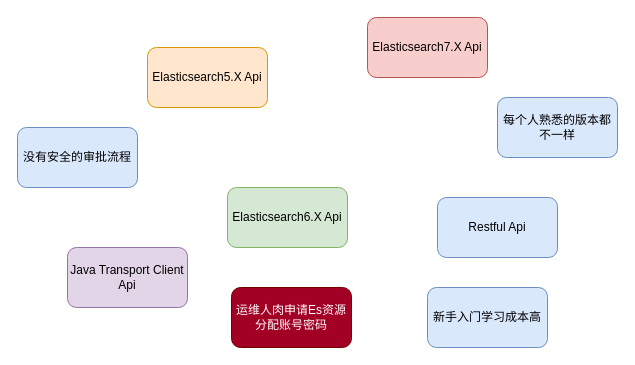
Before: src/公司搜索面临的问题.drawio in YANGJINJUE/SSM_Template, a draw.io diagram. Source tidied: cells renumbered, new cells numbered last; positions are measured from the earlier drawing's top-left corner, leaving out a move shared by most shapes. Both pictures are drawn from the tidied source at 100%, with x=0, y=0 at pixel (17, 17).
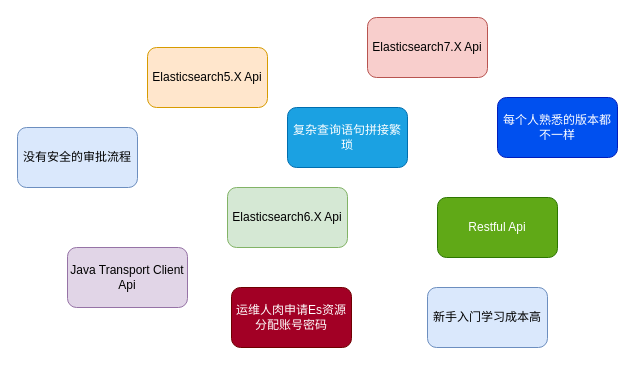
After the change.

Commit message:
Update 公司搜索面临的问题.drawio

Diff of the diagram source:
```diff
@@
 <mxGraphModel>
   <root>
     <mxCell id="0" />
     <mxCell id="1" parent="0" />
     <mxCell id="2" value="Elasticsearch6.X Api" style="rounded=1;whiteSpace=wrap;html=1;fillColor=#d5e8d4;strokeColor=#82b366;" parent="1" vertex="1">
       <mxGeometry x="210" y="170" width="120" height="60" as="geometry" />
     </mxCell>
     <mxCell id="3" value="Elasticsearch5.X Api" style="rounded=1;whiteSpace=wrap;html=1;fillColor=#ffe6cc;strokeColor=#d79b00;" parent="1" vertex="1">
       <mxGeometry x="130" y="30" width="120" height="60" as="geometry" />
     </mxCell>
     <mxCell id="4" value="Elasticsearch7.X Api" style="rounded=1;whiteSpace=wrap;html=1;fillColor=#f8cecc;strokeColor=#b85450;" parent="1" vertex="1">
       <mxGeometry x="350" width="120" height="60" as="geometry" />
     </mxCell>
-    <mxCell id="5" value="Restful Api" style="rounded=1;whiteSpace=wrap;html=1;fillColor=#dae8fc;strokeColor=#6c8ebf;" parent="1" vertex="1">
+    <mxCell id="5" value="Restful Api" style="rounded=1;whiteSpace=wrap;html=1;fillColor=#60a917;strokeColor=#2D7600;fontColor=#ffffff;" parent="1" vertex="1">
       <mxGeometry x="420" y="180" width="120" height="60" as="geometry" />
     </mxCell>
     <mxCell id="6" value="Java Transport Client Api" style="rounded=1;whiteSpace=wrap;html=1;fillColor=#e1d5e7;strokeColor=#9673a6;" parent="1" vertex="1">
       <mxGeometry x="50" y="230" width="120" height="60" as="geometry" />
     </mxCell>
     <mxCell id="7" value="运维人肉申请Es资源分配账号密码" style="rounded=1;whiteSpace=wrap;html=1;fillColor=#a20025;strokeColor=#6F0000;fontColor=#ffffff;" parent="1" vertex="1">
       <mxGeometry x="214" y="270" width="120" height="60" as="geometry" />
     </mxCell>
     <mxCell id="8" value="没有安全的审批流程" style="rounded=1;whiteSpace=wrap;html=1;fillColor=#dae8fc;strokeColor=#6c8ebf;" parent="1" vertex="1">
       <mxGeometry y="110" width="120" height="60" as="geometry" />
     </mxCell>
     <mxCell id="9" value="新手入门学习成本高" style="rounded=1;whiteSpace=wrap;html=1;fillColor=#dae8fc;strokeColor=#6c8ebf;" parent="1" vertex="1">
       <mxGeometry x="410" y="270" width="120" height="60" as="geometry" />
     </mxCell>
-    <mxCell id="10" value="每个人熟悉的版本都不一样" style="rounded=1;whiteSpace=wrap;html=1;fillColor=#dae8fc;strokeColor=#6c8ebf;" parent="1" vertex="1">
+    <mxCell id="10" value="每个人熟悉的版本都不一样" style="rounded=1;whiteSpace=wrap;html=1;fillColor=#0050ef;strokeColor=#001DBC;fontColor=#ffffff;" parent="1" vertex="1">
       <mxGeometry x="480" y="80" width="120" height="60" as="geometry" />
     </mxCell>
+    <mxCell id="11" value="复杂查询语句拼接繁琐" style="rounded=1;whiteSpace=wrap;html=1;fillColor=#1ba1e2;strokeColor=#006EAF;fontColor=#ffffff;" parent="1" vertex="1">
+      <mxGeometry x="270" y="90" width="120" height="60" as="geometry" />
+    </mxCell>
   </root>
 </mxGraphModel>
```
